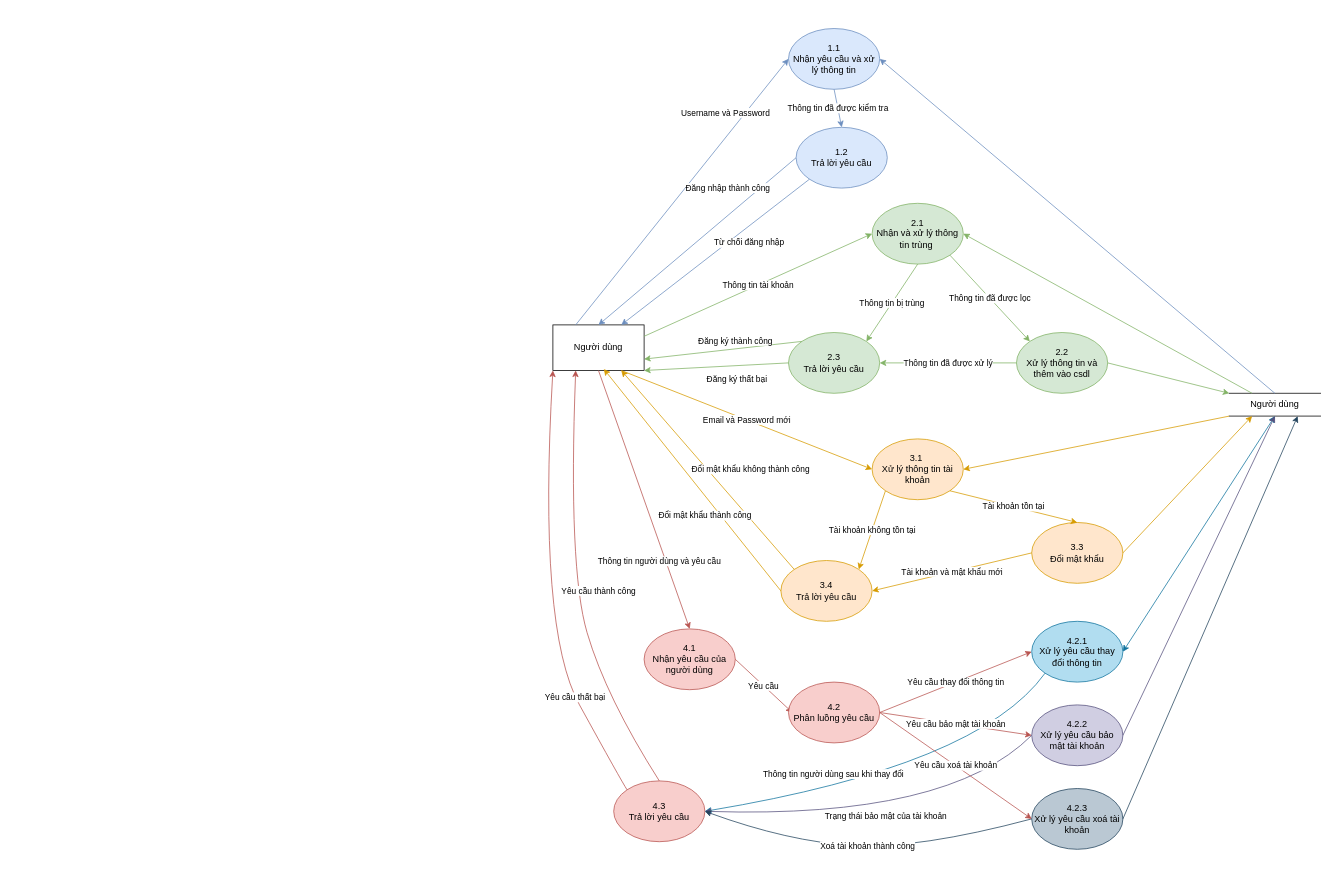
Earlier version of the draw.io diagram page "DFD - Mức 2+3 - Hệ quản lý tài khoản" (8 of 11) of iotentities.drawio (khanhdew/SmartHome). Source tidied: cells renumbered, new cells numbered last; positions are measured from the earlier drawing's top-left corner, leaving out a move shared by most shapes. Both pictures are drawn from the tidied source at 76%, with x=0, y=0 at pixel (537, 28).
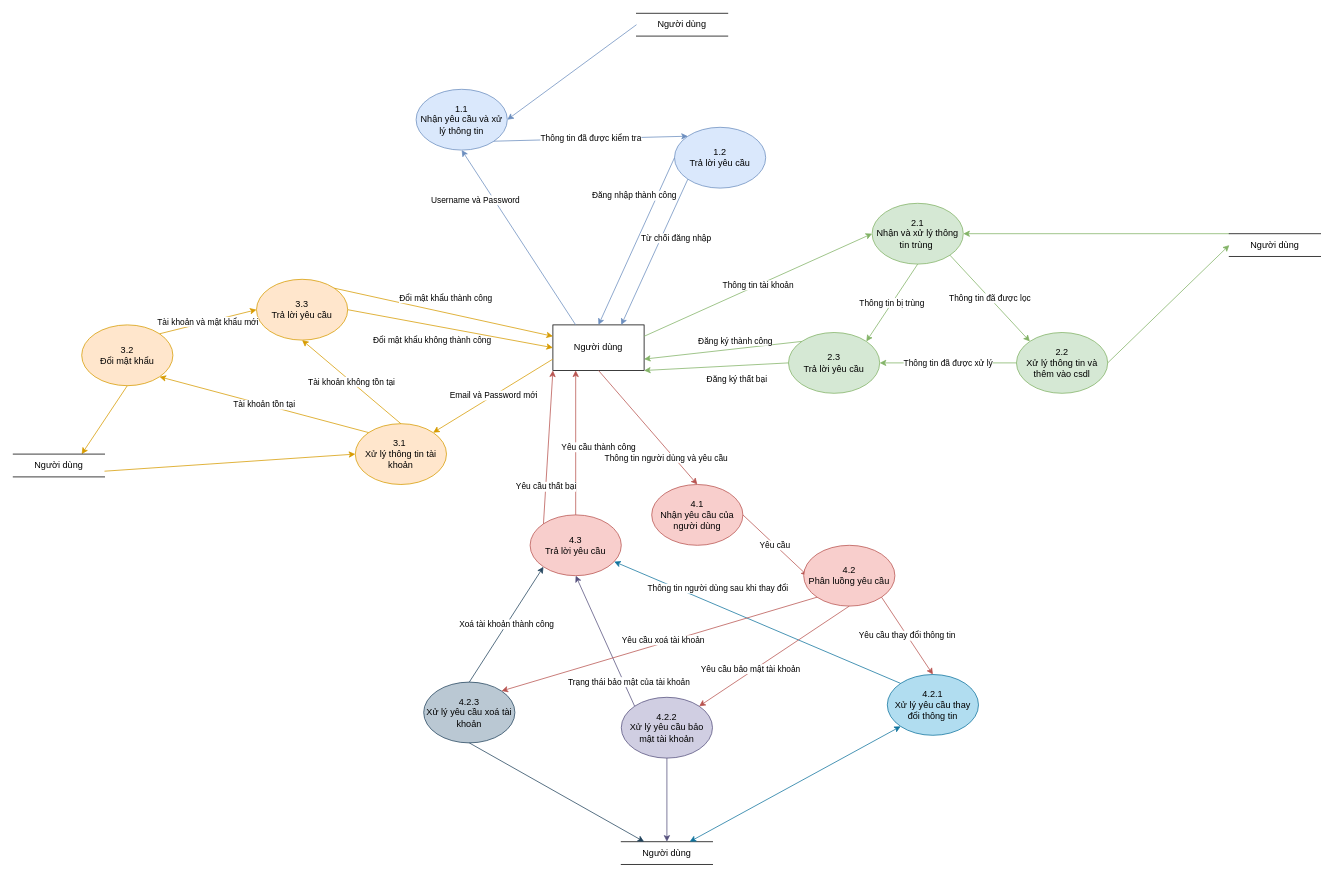
The same page after the edit.

Unchanged cells that the change refers to:
```xml
<mxCell id="2" value="Người dùng" style="rounded=0;whiteSpace=wrap;html=1;" parent="1" vertex="1">
  <mxGeometry x="20" y="390" width="120" height="60" as="geometry" />
</mxCell>
<mxCell id="11" value="2.1&lt;div&gt;Nhận và xử lý thông tin trùng&amp;nbsp;&lt;/div&gt;" style="ellipse;whiteSpace=wrap;html=1;fillColor=#d5e8d4;strokeColor=#82b366;" parent="1" vertex="1">
  <mxGeometry x="440" y="230" width="120" height="80" as="geometry" />
</mxCell>
<mxCell id="13" value="2.2&lt;div&gt;Xử lý thông tin và thêm vào csdl&lt;/div&gt;" style="ellipse;whiteSpace=wrap;html=1;fillColor=#d5e8d4;strokeColor=#82b366;" parent="1" vertex="1">
  <mxGeometry x="630" y="400" width="120" height="80" as="geometry" />
</mxCell>
```

Diff of the diagram source:
```diff
@@
-    <mxCell id="3" value="Username và Password" style="endArrow=classic;html=1;rounded=0;exitX=0.25;exitY=0;exitDx=0;exitDy=0;entryX=0;entryY=0.5;entryDx=0;entryDy=0;fillColor=#dae8fc;strokeColor=#6c8ebf;" parent="1" edge="1" source="2" target="6">
+    <mxCell id="3" value="Username và Password" style="endArrow=classic;html=1;rounded=0;exitX=0.25;exitY=0;exitDx=0;exitDy=0;entryX=0.5;entryY=1;entryDx=0;entryDy=0;fillColor=#dae8fc;strokeColor=#6c8ebf;" parent="1" edge="1" source="2" target="6">
       <mxGeometry x="0.52" y="21" relative="1" as="geometry" />
     </mxCell>
     <mxCell id="4" value="Người dùng" style="shape=partialRectangle;whiteSpace=wrap;html=1;left=0;right=0;fillColor=none;" parent="1" vertex="1">
-      <mxGeometry x="910" y="480" width="120" height="30" as="geometry" />
+      <mxGeometry x="110" y="1070" width="120" height="30" as="geometry" />
     </mxCell>
-    <mxCell id="5" style="endArrow=none;html=1;rounded=0;exitX=1;exitY=0.5;exitDx=0;exitDy=0;entryX=0.5;entryY=0;entryDx=0;entryDy=0;endFill=0;startArrow=classic;startFill=1;fillColor=#dae8fc;strokeColor=#6c8ebf;" parent="1" edge="1" source="6" target="4">
+    <mxCell id="5" style="endArrow=none;html=1;rounded=0;exitX=1;exitY=0.5;exitDx=0;exitDy=0;entryX=0;entryY=0.5;entryDx=0;entryDy=0;endFill=0;startArrow=classic;startFill=1;fillColor=#dae8fc;strokeColor=#6c8ebf;" parent="1" edge="1" source="6" target="52">
       <mxGeometry relative="1" as="geometry" />
     </mxCell>
     <mxCell id="6" value="1.1&lt;div&gt;Nhận yêu cầu và xử lý thông tin&lt;/div&gt;" style="ellipse;whiteSpace=wrap;html=1;fillColor=#dae8fc;strokeColor=#6c8ebf;" parent="1" vertex="1">
-      <mxGeometry x="330" width="120" height="80" as="geometry" />
+      <mxGeometry x="-160" y="80" width="120" height="80" as="geometry" />
     </mxCell>
     <mxCell id="7" value="1.2&lt;div&gt;&lt;span style=&quot;background-color: initial;&quot;&gt;Trả lời yêu cầu&lt;/span&gt;&lt;/div&gt;" style="ellipse;whiteSpace=wrap;html=1;fillColor=#dae8fc;strokeColor=#6c8ebf;" parent="1" vertex="1">
-      <mxGeometry x="340" y="130" width="120" height="80" as="geometry" />
+      <mxGeometry x="180" y="130" width="120" height="80" as="geometry" />
     </mxCell>
-    <mxCell id="8" value="Thông tin đã được kiểm tra" style="endArrow=classic;html=1;rounded=0;exitX=0.5;exitY=1;exitDx=0;exitDy=0;entryX=0.5;entryY=0;entryDx=0;entryDy=0;fillColor=#dae8fc;strokeColor=#6c8ebf;" parent="1" edge="1" source="6" target="7">
+    <mxCell id="8" value="Thông tin đã được kiểm tra" style="endArrow=classic;html=1;rounded=0;exitX=1;exitY=1;exitDx=0;exitDy=0;entryX=0;entryY=0;entryDx=0;entryDy=0;fillColor=#dae8fc;strokeColor=#6c8ebf;" parent="1" edge="1" source="6" target="7">
       <mxGeometry relative="1" as="geometry" />
     </mxCell>
@@
-    <mxCell id="18" style="endArrow=classic;html=1;rounded=0;exitX=1;exitY=0.5;exitDx=0;exitDy=0;entryX=0;entryY=0;entryDx=0;entryDy=0;fillColor=#d5e8d4;strokeColor=#82b366;" parent="1" edge="1" source="13" target="4">
+    <mxCell id="18" style="endArrow=classic;html=1;rounded=0;exitX=1;exitY=0.5;exitDx=0;exitDy=0;entryX=0;entryY=0.5;entryDx=0;entryDy=0;fillColor=#d5e8d4;strokeColor=#82b366;" parent="1" edge="1" source="13" target="54">
       <mxGeometry relative="1" as="geometry" />
     </mxCell>
-    <mxCell id="19" value="Email và Password mới" style="endArrow=classic;html=1;rounded=0;exitX=0.75;exitY=1;exitDx=0;exitDy=0;entryX=0;entryY=0.5;entryDx=0;entryDy=0;fillColor=#ffe6cc;strokeColor=#d79b00;" parent="1" edge="1" source="2" target="20">
+    <mxCell id="19" value="Email và Password mới" style="endArrow=classic;html=1;rounded=0;exitX=0;exitY=0.75;exitDx=0;exitDy=0;entryX=1;entryY=0;entryDx=0;entryDy=0;fillColor=#ffe6cc;strokeColor=#d79b00;" parent="1" edge="1" source="2" target="20">
       <mxGeometry relative="1" as="geometry" />
     </mxCell>
     <mxCell id="20" value="3.1&amp;nbsp;&lt;div&gt;Xử lý thông tin tài khoản&lt;/div&gt;" style="ellipse;whiteSpace=wrap;html=1;fillColor=#ffe6cc;strokeColor=#d79b00;" parent="1" vertex="1">
-      <mxGeometry x="440" y="540" width="120" height="80" as="geometry" />
+      <mxGeometry x="-240" y="520" width="120" height="80" as="geometry" />
     </mxCell>
-    <mxCell id="21" style="endArrow=classic;html=1;rounded=0;exitX=0;exitY=1;exitDx=0;exitDy=0;entryX=1;entryY=0.5;entryDx=0;entryDy=0;fillColor=#ffe6cc;strokeColor=#d79b00;" parent="1" edge="1" source="4" target="20">
+    <mxCell id="21" style="endArrow=classic;html=1;rounded=0;exitX=1;exitY=0.75;exitDx=0;exitDy=0;entryX=0;entryY=0.5;entryDx=0;entryDy=0;fillColor=#ffe6cc;strokeColor=#d79b00;" parent="1" edge="1" source="53" target="20">
       <mxGeometry relative="1" as="geometry" />
     </mxCell>
-    <mxCell id="22" value="3.3&lt;div&gt;Đổi mật khẩu&lt;/div&gt;" style="ellipse;whiteSpace=wrap;html=1;fillColor=#ffe6cc;strokeColor=#d79b00;" parent="1" vertex="1">
-      <mxGeometry x="650" y="650" width="120" height="80" as="geometry" />
+    <mxCell id="22" value="3.2&lt;div&gt;Đổi mật khẩu&lt;/div&gt;" style="ellipse;whiteSpace=wrap;html=1;fillColor=#ffe6cc;strokeColor=#d79b00;" parent="1" vertex="1">
+      <mxGeometry x="-600" y="390" width="120" height="80" as="geometry" />
     </mxCell>
-    <mxCell id="23" style="endArrow=classic;html=1;rounded=0;exitX=1;exitY=0.5;exitDx=0;exitDy=0;entryX=0.25;entryY=1;entryDx=0;entryDy=0;fillColor=#ffe6cc;strokeColor=#d79b00;" parent="1" edge="1" source="22" target="4">
+    <mxCell id="23" style="endArrow=classic;html=1;rounded=0;exitX=0.5;exitY=1;exitDx=0;exitDy=0;entryX=0.75;entryY=0;entryDx=0;entryDy=0;fillColor=#ffe6cc;strokeColor=#d79b00;" parent="1" edge="1" source="22" target="53">
       <mxGeometry relative="1" as="geometry" />
     </mxCell>
-    <mxCell id="24" value="3.4&lt;div&gt;Trả lời yêu cầu&lt;/div&gt;" style="ellipse;whiteSpace=wrap;html=1;fillColor=#ffe6cc;strokeColor=#d79b00;" parent="1" vertex="1">
-      <mxGeometry x="320" y="700" width="120" height="80" as="geometry" />
+    <mxCell id="24" value="3.3&lt;div&gt;Trả lời yêu cầu&lt;/div&gt;" style="ellipse;whiteSpace=wrap;html=1;fillColor=#ffe6cc;strokeColor=#d79b00;" parent="1" vertex="1">
+      <mxGeometry x="-370" y="330" width="120" height="80" as="geometry" />
     </mxCell>
-    <mxCell id="25" value="Tài khoản không tồn tại" style="endArrow=classic;html=1;rounded=0;exitX=0;exitY=1;exitDx=0;exitDy=0;entryX=1;entryY=0;entryDx=0;entryDy=0;fillColor=#ffe6cc;strokeColor=#d79b00;" parent="1" edge="1" source="20" target="24">
+    <mxCell id="25" value="Tài khoản không tồn tại" style="endArrow=classic;html=1;rounded=0;exitX=0.5;exitY=0;exitDx=0;exitDy=0;entryX=0.5;entryY=1;entryDx=0;entryDy=0;fillColor=#ffe6cc;strokeColor=#d79b00;" parent="1" edge="1" source="20" target="24">
       <mxGeometry relative="1" as="geometry" />
     </mxCell>
-    <mxCell id="26" value="Đổi mật khẩu không thành công" style="endArrow=classic;html=1;rounded=0;exitX=0;exitY=0;exitDx=0;exitDy=0;entryX=0.75;entryY=1;entryDx=0;entryDy=0;fillColor=#ffe6cc;strokeColor=#d79b00;" parent="1" edge="1" source="24" target="2">
-      <mxGeometry x="-0.21" y="-43" relative="1" as="geometry" />
+    <mxCell id="26" value="Đổi mật khẩu không thành công" style="endArrow=classic;html=1;rounded=0;exitX=1;exitY=0;exitDx=0;exitDy=0;entryX=0;entryY=0.25;entryDx=0;entryDy=0;fillColor=#ffe6cc;strokeColor=#d79b00;" parent="1" edge="1" source="24" target="2">
+      <mxGeometry x="-0.05" y="-39" relative="1" as="geometry" />
     </mxCell>
-    <mxCell id="27" style="endArrow=classic;html=1;rounded=0;exitX=0.25;exitY=0;exitDx=0;exitDy=0;entryX=1;entryY=0.5;entryDx=0;entryDy=0;fillColor=#d5e8d4;strokeColor=#82b366;" parent="1" edge="1" source="4" target="11">
+    <mxCell id="27" style="endArrow=classic;html=1;rounded=0;exitX=0;exitY=0;exitDx=0;exitDy=0;entryX=1;entryY=0.5;entryDx=0;entryDy=0;fillColor=#d5e8d4;strokeColor=#82b366;" parent="1" edge="1" source="54" target="11">
       <mxGeometry relative="1" as="geometry" />
     </mxCell>
@@
-    <mxCell id="30" value="Tài khoản tồn tại" style="endArrow=classic;html=1;rounded=0;exitX=1;exitY=1;exitDx=0;exitDy=0;entryX=0.5;entryY=0;entryDx=0;entryDy=0;fillColor=#ffe6cc;strokeColor=#d79b00;" parent="1" edge="1" source="20" target="22">
+    <mxCell id="30" value="Tài khoản tồn tại" style="endArrow=classic;html=1;rounded=0;exitX=0;exitY=0;exitDx=0;exitDy=0;entryX=1;entryY=1;entryDx=0;entryDy=0;fillColor=#ffe6cc;strokeColor=#d79b00;" parent="1" edge="1" source="20" target="22">
       <mxGeometry relative="1" as="geometry" />
     </mxCell>
-    <mxCell id="31" value="Đổi mật khẩu thành công" style="endArrow=classic;html=1;rounded=0;exitX=0;exitY=0.5;exitDx=0;exitDy=0;entryX=0.558;entryY=0.967;entryDx=0;entryDy=0;entryPerimeter=0;fillColor=#ffe6cc;strokeColor=#d79b00;" parent="1" edge="1" source="24" target="2">
-      <mxGeometry x="-0.25" y="16" relative="1" as="geometry" />
+    <mxCell id="31" value="Đổi mật khẩu thành công" style="endArrow=classic;html=1;rounded=0;fillColor=#ffe6cc;strokeColor=#d79b00;exitX=1;exitY=0.5;exitDx=0;exitDy=0;entryX=0;entryY=0.5;entryDx=0;entryDy=0;" parent="1" edge="1" source="24" target="2">
+      <mxGeometry x="-0.1" y="38" relative="1" as="geometry" />
     </mxCell>
     <mxCell id="32" value="4.1&lt;div&gt;Nhận yêu cầu của người dùng&lt;/div&gt;" style="ellipse;whiteSpace=wrap;html=1;fillColor=#f8cecc;strokeColor=#b85450;" parent="1" vertex="1">
-      <mxGeometry x="140" y="790" width="120" height="80" as="geometry" />
+      <mxGeometry x="150" y="600" width="120" height="80" as="geometry" />
     </mxCell>
@@
     <mxCell id="35" value="4.2&lt;div&gt;Phân luồng yêu cầu&lt;/div&gt;" style="ellipse;whiteSpace=wrap;html=1;fillColor=#f8cecc;strokeColor=#b85450;" parent="1" vertex="1">
-      <mxGeometry x="330" y="860" width="120" height="80" as="geometry" />
+      <mxGeometry x="350" y="680" width="120" height="80" as="geometry" />
     </mxCell>
-    <mxCell id="36" value="Yêu cầu thay đổi thông tin" style="endArrow=classic;html=1;rounded=0;exitX=1;exitY=0.5;exitDx=0;exitDy=0;entryX=0;entryY=0.5;entryDx=0;entryDy=0;fillColor=#f8cecc;strokeColor=#b85450;" parent="1" edge="1" source="35" target="37">
+    <mxCell id="36" value="Yêu cầu thay đổi thông tin" style="endArrow=classic;html=1;rounded=0;exitX=1;exitY=1;exitDx=0;exitDy=0;entryX=0.5;entryY=0;entryDx=0;entryDy=0;fillColor=#f8cecc;strokeColor=#b85450;" parent="1" edge="1" source="35" target="37">
       <mxGeometry relative="1" as="geometry" />
     </mxCell>
     <mxCell id="37" value="4.2.1&lt;div&gt;Xử lý yêu cầu thay đổi thông tin&lt;/div&gt;" style="ellipse;whiteSpace=wrap;html=1;fillColor=#b1ddf0;strokeColor=#10739e;" parent="1" vertex="1">
-      <mxGeometry x="650" y="780" width="120" height="80" as="geometry" />
+      <mxGeometry x="460" y="850" width="120" height="80" as="geometry" />
     </mxCell>
     <mxCell id="38" value="4.2.2&lt;div&gt;Xử lý yêu cầu bảo mật tài khoản&lt;/div&gt;" style="ellipse;whiteSpace=wrap;html=1;fillColor=#d0cee2;strokeColor=#56517e;" parent="1" vertex="1">
-      <mxGeometry x="650" y="890" width="120" height="80" as="geometry" />
+      <mxGeometry x="110" y="880" width="120" height="80" as="geometry" />
     </mxCell>
-    <mxCell id="39" value="Tài khoản và mật khẩu mới" style="endArrow=classic;html=1;rounded=0;exitX=0;exitY=0.5;exitDx=0;exitDy=0;entryX=1;entryY=0.5;entryDx=0;entryDy=0;fillColor=#ffe6cc;strokeColor=#d79b00;" parent="1" edge="1" source="22" target="24">
+    <mxCell id="39" value="Tài khoản và mật khẩu mới" style="endArrow=classic;html=1;rounded=0;exitX=1;exitY=0;exitDx=0;exitDy=0;entryX=0;entryY=0.5;entryDx=0;entryDy=0;fillColor=#ffe6cc;strokeColor=#d79b00;" parent="1" edge="1" source="22" target="24">
       <mxGeometry relative="1" as="geometry" />
     </mxCell>
     <mxCell id="40" value="4.2.3&lt;div&gt;Xử lý yêu cầu xoá tài khoản&lt;/div&gt;" style="ellipse;whiteSpace=wrap;html=1;fillColor=#bac8d3;strokeColor=#23445d;" parent="1" vertex="1">
-      <mxGeometry x="650" y="1000" width="120" height="80" as="geometry" />
+      <mxGeometry x="-150" y="860" width="120" height="80" as="geometry" />
     </mxCell>
     <mxCell id="41" value="4.3&lt;div&gt;Trả lời yêu cầu&lt;/div&gt;" style="ellipse;whiteSpace=wrap;html=1;fillColor=#f8cecc;strokeColor=#b85450;" parent="1" vertex="1">
-      <mxGeometry x="100" y="990" width="120" height="80" as="geometry" />
+      <mxGeometry x="-10" y="640" width="120" height="80" as="geometry" />
     </mxCell>
-    <mxCell id="42" style="endArrow=classic;html=1;rounded=0;exitX=1;exitY=0.5;exitDx=0;exitDy=0;entryX=0.5;entryY=1;entryDx=0;entryDy=0;fillColor=#b1ddf0;strokeColor=#10739e;startArrow=classic;startFill=1;" parent="1" edge="1" source="37" target="4">
+    <mxCell id="42" style="endArrow=classic;html=1;rounded=0;exitX=0;exitY=1;exitDx=0;exitDy=0;entryX=0.75;entryY=0;entryDx=0;entryDy=0;fillColor=#b1ddf0;strokeColor=#10739e;startArrow=classic;startFill=1;" parent="1" edge="1" source="37" target="4">
       <mxGeometry relative="1" as="geometry" />
     </mxCell>
-    <mxCell id="43" style="endArrow=classic;html=1;rounded=0;exitX=1;exitY=0.5;exitDx=0;exitDy=0;entryX=0.5;entryY=1;entryDx=0;entryDy=0;fillColor=#d0cee2;strokeColor=#56517e;" parent="1" edge="1" source="38" target="4">
+    <mxCell id="43" style="endArrow=classic;html=1;rounded=0;exitX=0.5;exitY=1;exitDx=0;exitDy=0;entryX=0.5;entryY=0;entryDx=0;entryDy=0;fillColor=#d0cee2;strokeColor=#56517e;" parent="1" edge="1" source="38" target="4">
       <mxGeometry relative="1" as="geometry" />
     </mxCell>
-    <mxCell id="44" style="endArrow=classic;html=1;rounded=0;exitX=1;exitY=0.5;exitDx=0;exitDy=0;entryX=0.75;entryY=1;entryDx=0;entryDy=0;fillColor=#bac8d3;strokeColor=#23445d;" parent="1" edge="1" source="40" target="4">
+    <mxCell id="44" style="endArrow=classic;html=1;rounded=0;exitX=0.5;exitY=1;exitDx=0;exitDy=0;entryX=0.25;entryY=0;entryDx=0;entryDy=0;fillColor=#bac8d3;strokeColor=#23445d;" parent="1" edge="1" source="40" target="4">
       <mxGeometry relative="1" as="geometry" />
     </mxCell>
-    <mxCell id="45" value="Thông tin người dùng sau khi thay đổi" style="curved=1;endArrow=classic;html=1;rounded=0;exitX=0;exitY=1;exitDx=0;exitDy=0;entryX=1;entryY=0.5;entryDx=0;entryDy=0;fillColor=#b1ddf0;strokeColor=#10739e;" parent="1" edge="1" source="37" target="41">
-      <mxGeometry x="0.32" y="-21" relative="1" as="geometry">
-        <Array as="points">
-          <mxPoint x="580" y="970" />
-        </Array>
-      </mxGeometry>
+    <mxCell id="45" value="Thông tin người dùng sau khi thay đổi" style="endArrow=classic;html=1;rounded=0;exitX=0;exitY=0;exitDx=0;exitDy=0;fillColor=#b1ddf0;strokeColor=#10739e;" parent="1" edge="1" source="37" target="41">
+      <mxGeometry x="0.32" y="-21" relative="1" as="geometry" />
     </mxCell>
-    <mxCell id="46" value="Trạng thái bảo mật của tài khoản" style="curved=1;endArrow=classic;html=1;rounded=0;exitX=0;exitY=0.5;exitDx=0;exitDy=0;entryX=1;entryY=0.5;entryDx=0;entryDy=0;fillColor=#d0cee2;strokeColor=#56517e;" parent="1" edge="1" source="38" target="41">
-      <mxGeometry relative="1" as="geometry">
-        <Array as="points">
-          <mxPoint x="540" y="1040" />
-        </Array>
-      </mxGeometry>
+    <mxCell id="46" value="Trạng thái bảo mật của tài khoản" style="endArrow=classic;html=1;rounded=0;exitX=0;exitY=0;exitDx=0;exitDy=0;entryX=0.5;entryY=1;entryDx=0;entryDy=0;fillColor=#d0cee2;strokeColor=#56517e;" parent="1" edge="1" source="38" target="41">
+      <mxGeometry x="-0.66" y="-6" relative="1" as="geometry" />
     </mxCell>
-    <mxCell id="47" value="Xoá tài khoản thành công" style="curved=1;endArrow=classic;html=1;rounded=0;exitX=0;exitY=0.5;exitDx=0;exitDy=0;entryX=1;entryY=0.5;entryDx=0;entryDy=0;fillColor=#bac8d3;strokeColor=#23445d;" parent="1" edge="1" source="40" target="41">
-      <mxGeometry relative="1" as="geometry">
-        <Array as="points">
-          <mxPoint x="500" y="1080" />
-          <mxPoint x="330" y="1070" />
-        </Array>
-      </mxGeometry>
+    <mxCell id="47" value="Xoá tài khoản thành công" style="endArrow=classic;html=1;rounded=0;exitX=0.5;exitY=0;exitDx=0;exitDy=0;entryX=0;entryY=1;entryDx=0;entryDy=0;fillColor=#bac8d3;strokeColor=#23445d;" parent="1" edge="1" source="40" target="41">
+      <mxGeometry relative="1" as="geometry" />
     </mxCell>
-    <mxCell id="48" value="Yêu cầu thành công" style="curved=1;endArrow=classic;html=1;rounded=0;exitX=0.5;exitY=0;exitDx=0;exitDy=0;entryX=0.25;entryY=1;entryDx=0;entryDy=0;fillColor=#f8cecc;strokeColor=#b85450;" parent="1" edge="1" source="41" target="2">
-      <mxGeometry x="-0.06" y="-30" relative="1" as="geometry">
-        <Array as="points">
-          <mxPoint x="90" y="880" />
-          <mxPoint x="40" y="710" />
-        </Array>
-      </mxGeometry>
+    <mxCell id="48" value="Yêu cầu thành công" style="endArrow=classic;html=1;rounded=0;exitX=0.5;exitY=0;exitDx=0;exitDy=0;entryX=0.25;entryY=1;entryDx=0;entryDy=0;fillColor=#f8cecc;strokeColor=#b85450;" parent="1" edge="1" source="41" target="2">
+      <mxGeometry x="-0.06" y="-30" relative="1" as="geometry" />
     </mxCell>
-    <mxCell id="49" value="Yêu cầu thất bại" style="curved=1;endArrow=classic;html=1;rounded=0;exitX=0;exitY=0;exitDx=0;exitDy=0;entryX=0;entryY=1;entryDx=0;entryDy=0;fillColor=#f8cecc;strokeColor=#b85450;" parent="1" edge="1" source="41" target="2">
-      <mxGeometry x="-0.52" relative="1" as="geometry">
-        <Array as="points">
-          <mxPoint x="110" y="990" />
-          <mxPoint y="790" />
-        </Array>
-      </mxGeometry>
+    <mxCell id="49" value="Yêu cầu thất bại" style="endArrow=classic;html=1;rounded=0;exitX=0;exitY=0;exitDx=0;exitDy=0;entryX=0;entryY=1;entryDx=0;entryDy=0;fillColor=#f8cecc;strokeColor=#b85450;" parent="1" edge="1" source="41" target="2">
+      <mxGeometry x="-0.52" relative="1" as="geometry" />
     </mxCell>
-    <mxCell id="50" value="Yêu cầu bảo mật tài khoản" style="endArrow=classic;html=1;rounded=0;entryX=0;entryY=0.5;entryDx=0;entryDy=0;fillColor=#f8cecc;strokeColor=#b85450;" parent="1" edge="1" target="38">
-      <mxGeometry relative="1" as="geometry">
-        <mxPoint x="450" y="900" as="sourcePoint" />
-      </mxGeometry>
+    <mxCell id="50" value="Yêu cầu bảo mật tài khoản" style="endArrow=classic;html=1;rounded=0;entryX=1;entryY=0;entryDx=0;entryDy=0;fillColor=#f8cecc;strokeColor=#b85450;exitX=0.5;exitY=1;exitDx=0;exitDy=0;" parent="1" edge="1" source="35" target="38">
+      <mxGeometry x="0.3" y="-3" relative="1" as="geometry" />
     </mxCell>
-    <mxCell id="51" value="Yêu cầu xoá tài khoản" style="endArrow=classic;html=1;rounded=0;exitX=1;exitY=0.5;exitDx=0;exitDy=0;entryX=0;entryY=0.5;entryDx=0;entryDy=0;fillColor=#f8cecc;strokeColor=#b85450;" parent="1" edge="1" source="35" target="40">
-      <mxGeometry relative="1" as="geometry" />
+    <mxCell id="51" value="Yêu cầu xoá tài khoản" style="endArrow=classic;html=1;rounded=0;exitX=0;exitY=1;exitDx=0;exitDy=0;entryX=1;entryY=0;entryDx=0;entryDy=0;fillColor=#f8cecc;strokeColor=#b85450;" parent="1" edge="1" source="35" target="40">
+      <mxGeometry x="-0.03" y="-3" relative="1" as="geometry" />
     </mxCell>
+    <mxCell id="52" value="Người dùng" style="shape=partialRectangle;whiteSpace=wrap;html=1;left=0;right=0;fillColor=none;" parent="1" vertex="1">
+      <mxGeometry x="130" y="-20" width="120" height="30" as="geometry" />
+    </mxCell>
+    <mxCell id="53" value="Người dùng" style="shape=partialRectangle;whiteSpace=wrap;html=1;left=0;right=0;fillColor=none;" parent="1" vertex="1">
+      <mxGeometry x="-690" y="560" width="120" height="30" as="geometry" />
+    </mxCell>
+    <mxCell id="54" value="Người dùng" style="shape=partialRectangle;whiteSpace=wrap;html=1;left=0;right=0;fillColor=none;" parent="1" vertex="1">
+      <mxGeometry x="910" y="270" width="120" height="30" as="geometry" />
+    </mxCell>
```
